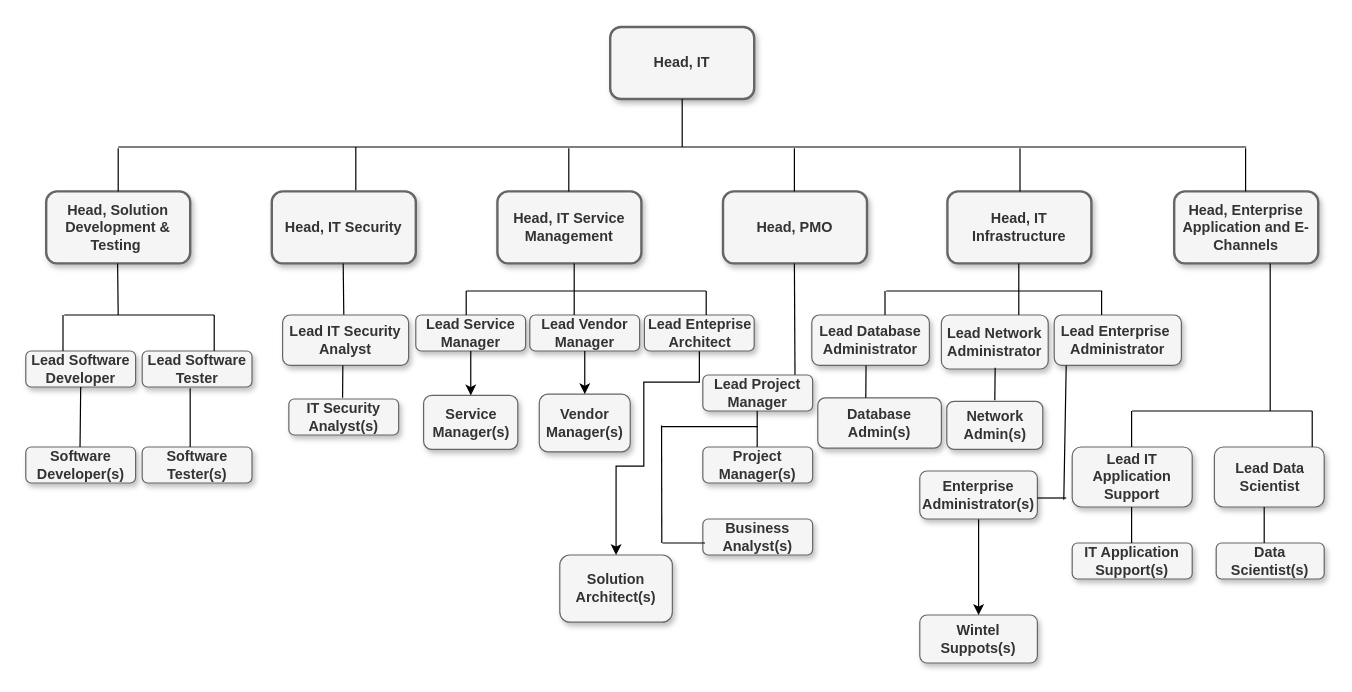
Above: organogram.drawio in Great-B/standard-arch-diagrams (draw.io), before the change. Source tidied: cells renumbered, new cells numbered last; positions are measured from the earlier drawing's top-left corner, leaving out a move shared by most shapes. Both pictures are drawn from the tidied source at 120%, with x=0, y=0 at pixel (25, 26).
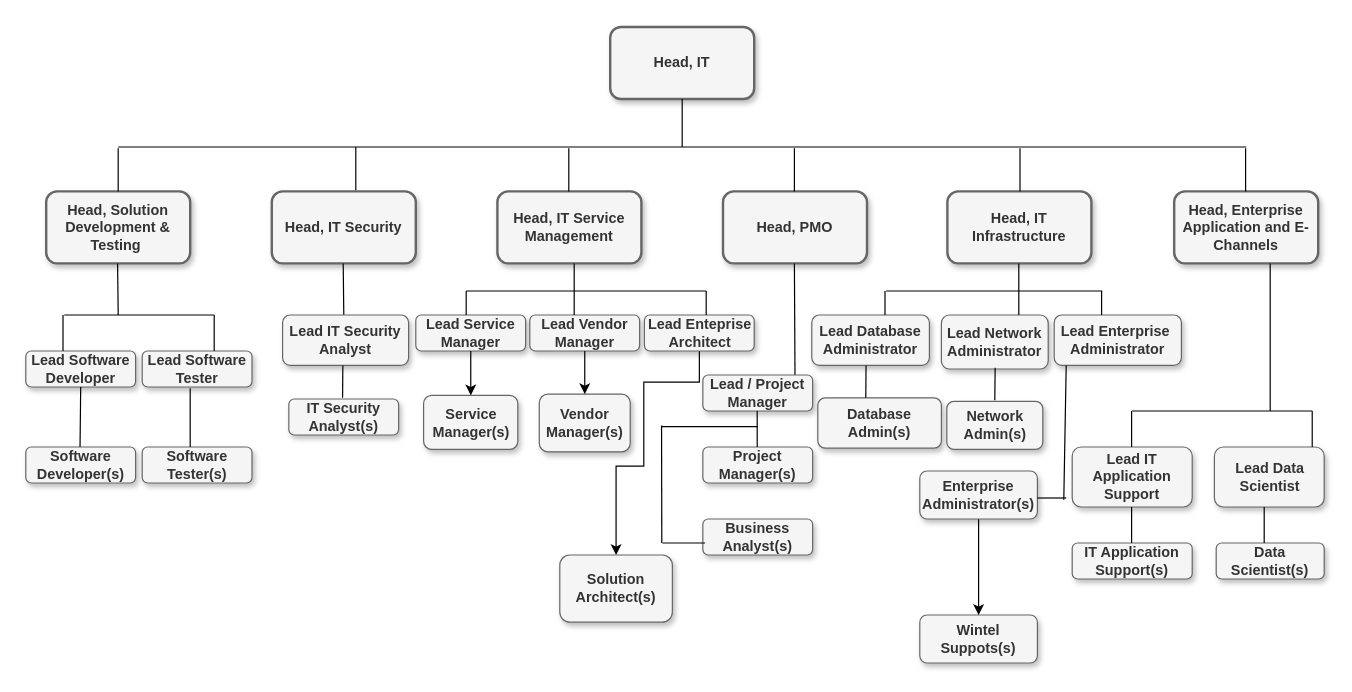
Above is the later version.

Change to the diagram source:
```diff
@@
-    <mxCell id="44" value="&lt;b&gt;Lead Project Manager&lt;/b&gt;" style="rounded=1;whiteSpace=wrap;html=1;shadow=1;fillColor=#f5f5f5;fontColor=#333333;strokeColor=#666666;" parent="1" vertex="1">
+    <mxCell id="44" value="&lt;b&gt;Lead / Project Manager&lt;/b&gt;" style="rounded=1;whiteSpace=wrap;html=1;shadow=1;fillColor=#f5f5f5;fontColor=#333333;strokeColor=#666666;" parent="1" vertex="1">
       <mxGeometry x="564.2" y="290" width="91.5" height="30" as="geometry" />
     </mxCell>
```
